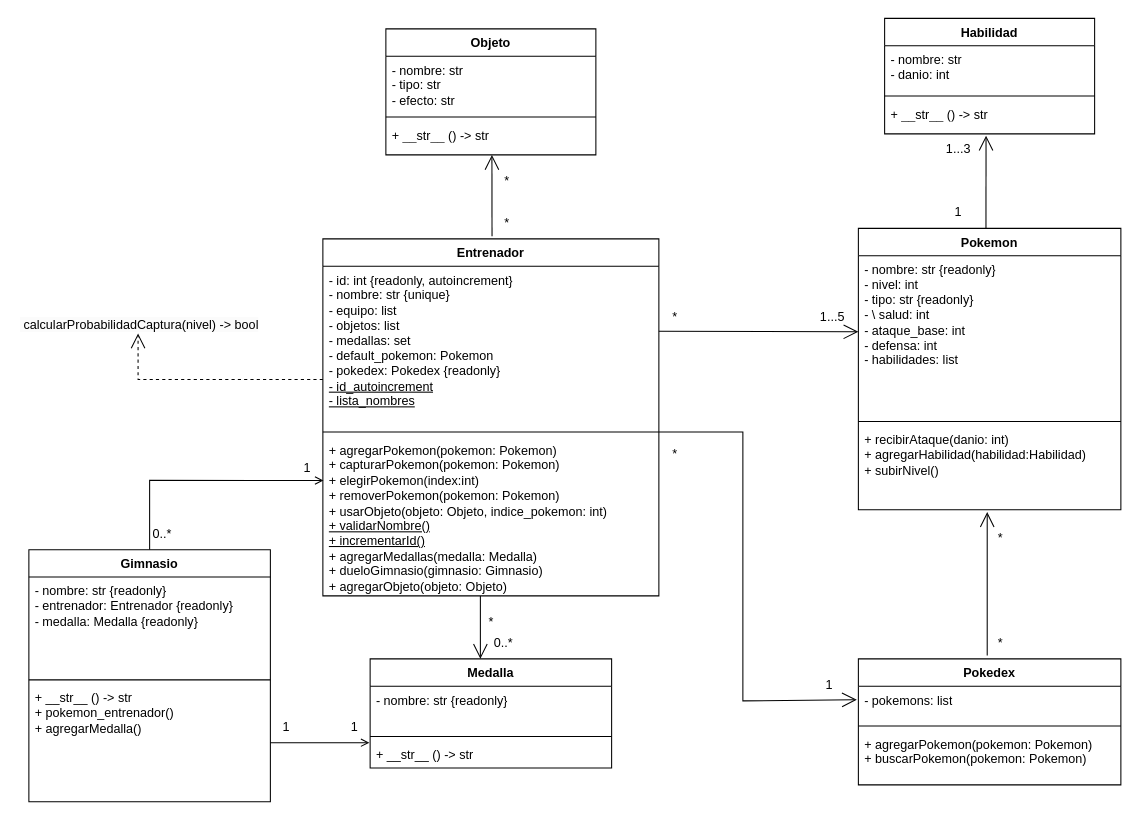
MarucoMass/tp-integrador-P2-Massonnat-Martin-Palena keeps this draw.io diagram as pokemon.drawio. Above is the earlier version. Source tidied: cells renumbered, new cells numbered last; positions are measured from the earlier drawing's top-left corner, leaving out a move shared by most shapes. Both pictures are drawn from the tidied source at 105%, with x=0, y=0 at pixel (18, 18).
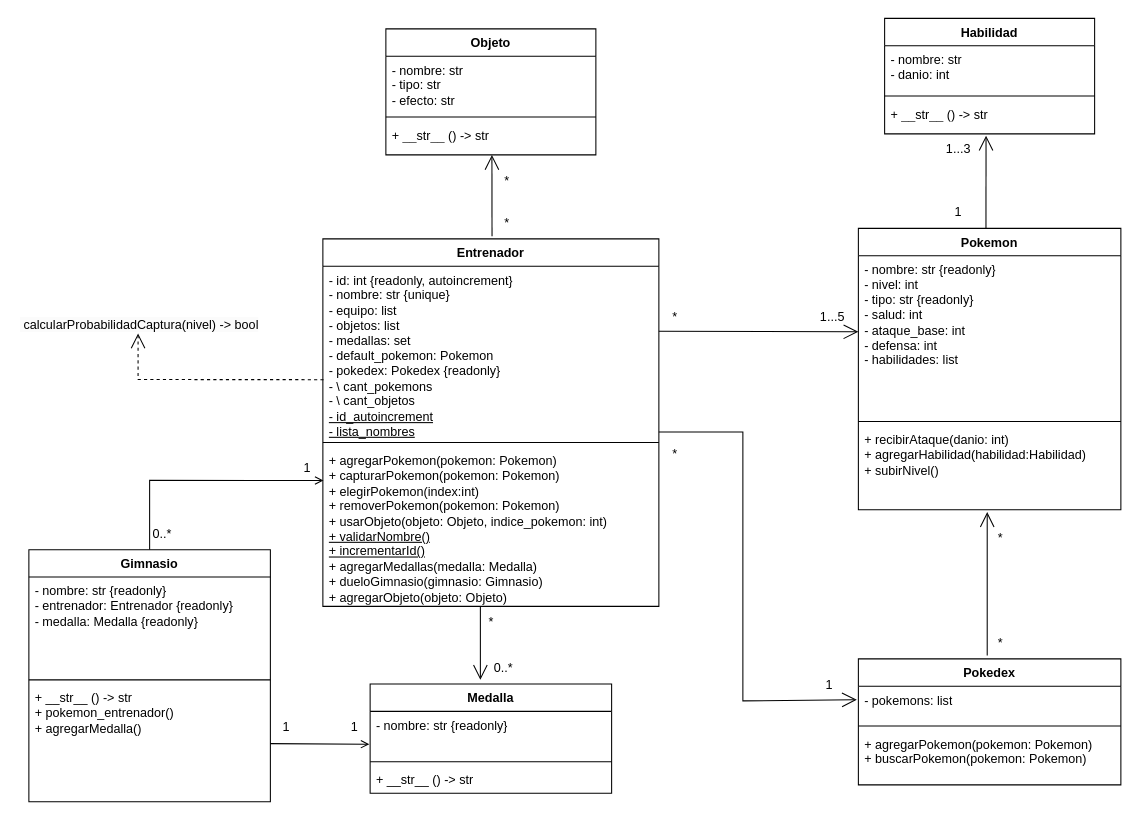
The same page after the edit.

Commit message (it also covers changes not shown here):
arreglo prababilidad de capturar y salud

The change refers to these unchanged cells:
```xml
<mxCell id="6" value="Pokemon" style="swimlane;fontStyle=1;align=center;verticalAlign=top;horizontal=1;startSize=26;whiteSpace=wrap;html=1;" parent="1" vertex="1">
  <mxGeometry x="800" y="200" width="250" height="268" as="geometry" />
</mxCell>
<mxCell id="21" value="+ __str__ () -&amp;gt; str" style="text;strokeColor=none;fillColor=none;align=left;verticalAlign=top;spacingLeft=4;spacingRight=4;overflow=hidden;points=[[0,0.5],[1,0.5]];portConstraint=eastwest;whiteSpace=wrap;html=1;" parent="18" vertex="1">
  <mxGeometry y="78" width="230" height="26" as="geometry" />
</mxCell>
<mxCell id="50" value="+ __str__ () -&amp;gt; str&lt;br&gt;+ pokemon_entrenador()&lt;br&gt;+ agregarMedalla()&lt;br&gt;" style="text;strokeColor=none;fillColor=none;align=left;verticalAlign=top;spacingLeft=4;spacingRight=4;overflow=hidden;points=[[0,0.5],[1,0.5]];portConstraint=eastwest;whiteSpace=wrap;html=1;" parent="47" vertex="1">
  <mxGeometry y="128" width="230" height="112" as="geometry" />
</mxCell>
<mxCell id="53" value="1" style="text;html=1;align=center;verticalAlign=middle;points=[];strokeColor=none;fillColor=none;" parent="1" vertex="1">
  <mxGeometry x="305" y="660" width="30" height="30" as="geometry" />
</mxCell>
```

What changed in the source:
```diff
@@
     <mxCell id="2" value="Entrenador" style="swimlane;fontStyle=1;align=center;verticalAlign=top;horizontal=1;startSize=26;whiteSpace=wrap;html=1;" parent="1" vertex="1">
-      <mxGeometry x="290" y="210" width="320" height="340" as="geometry" />
+      <mxGeometry x="290" y="210" width="320" height="350" as="geometry" />
     </mxCell>
-    <mxCell id="3" value="- id: int {readonly, autoincrement}&lt;div&gt;- nombre: str {unique}&lt;/div&gt;&lt;div&gt;- equipo: list&lt;/div&gt;&lt;div&gt;- objetos: list&lt;/div&gt;&lt;div&gt;- medallas: set&lt;/div&gt;&lt;div&gt;- default_pokemon: Pokemon&lt;/div&gt;&lt;div&gt;- pokedex: Pokedex {readonly}&lt;br&gt;&lt;div&gt;&lt;u&gt;- id_autoincrement&lt;/u&gt;&lt;/div&gt;&lt;/div&gt;&lt;div&gt;&lt;u&gt;- lista_nombres&lt;/u&gt;&lt;/div&gt;&lt;div&gt;&lt;u&gt;&lt;br&gt;&lt;/u&gt;&lt;/div&gt;" style="text;strokeColor=none;fillColor=none;align=left;verticalAlign=top;spacingLeft=4;spacingRight=4;overflow=hidden;points=[[0,0.5],[1,0.5]];portConstraint=eastwest;whiteSpace=wrap;html=1;" parent="2" vertex="1">
-      <mxGeometry y="26" width="320" height="154" as="geometry" />
+    <mxCell id="3" value="- id: int {readonly, autoincrement}&lt;div&gt;- nombre: str {unique}&lt;/div&gt;&lt;div&gt;- equipo: list&lt;/div&gt;&lt;div&gt;- objetos: list&lt;/div&gt;&lt;div&gt;- medallas: set&lt;/div&gt;&lt;div&gt;- default_pokemon: Pokemon&lt;/div&gt;&lt;div&gt;- pokedex: Pokedex {readonly}&lt;br&gt;&lt;div&gt;&lt;span style=&quot;background-color: initial;&quot;&gt;- \ cant_pokemons&lt;/span&gt;&lt;br&gt;&lt;/div&gt;&lt;/div&gt;&lt;div&gt;- \ cant_objetos&lt;/div&gt;&lt;div&gt;&lt;div&gt;&lt;u&gt;- id_autoincrement&lt;/u&gt;&lt;/div&gt;&lt;div&gt;&lt;u&gt;- lista_nombres&lt;/u&gt;&lt;/div&gt;&lt;/div&gt;&lt;div&gt;&lt;u&gt;&lt;br&gt;&lt;/u&gt;&lt;/div&gt;" style="text;strokeColor=none;fillColor=none;align=left;verticalAlign=top;spacingLeft=4;spacingRight=4;overflow=hidden;points=[[0,0.5],[1,0.5]];portConstraint=eastwest;whiteSpace=wrap;html=1;" parent="2" vertex="1">
+      <mxGeometry y="26" width="320" height="164" as="geometry" />
     </mxCell>
     <mxCell id="4" style="line;strokeWidth=1;fillColor=none;align=left;verticalAlign=middle;spacingTop=-1;spacingLeft=3;spacingRight=3;labelPosition=right;strokeColor=inherit;" parent="2" vertex="1">
-      <mxGeometry y="180" width="320" height="8" as="geometry" />
+      <mxGeometry y="190" width="320" height="8" as="geometry" />
     </mxCell>
     <mxCell id="5" value="+ agregarPokemon(pokemon: Pokemon)&lt;div&gt;+ capturarPokemon(pokemon: Pokemon)&lt;br&gt;&lt;div&gt;+ elegirPokemon(index:int)&lt;/div&gt;&lt;div&gt;+ removerPokemon(pokemon: Pokemon)&lt;/div&gt;&lt;div&gt;+ usarObjeto(objeto: Objeto, indice_pokemon: int)&lt;/div&gt;&lt;div&gt;&lt;u&gt;+ validarNombre()&lt;/u&gt;&lt;/div&gt;&lt;div&gt;&lt;u&gt;+ incrementarId()&lt;/u&gt;&lt;/div&gt;&lt;/div&gt;&lt;div&gt;+ agregarMedallas(medalla: Medalla)&lt;/div&gt;&lt;div&gt;+ dueloGimnasio(gimnasio: Gimnasio)&lt;/div&gt;&lt;div&gt;+ agregarObjeto(objeto: Objeto)&lt;/div&gt;" style="text;strokeColor=none;fillColor=none;align=left;verticalAlign=top;spacingLeft=4;spacingRight=4;overflow=hidden;whiteSpace=wrap;html=1;" parent="2" vertex="1">
-      <mxGeometry y="188" width="320" height="152" as="geometry" />
+      <mxGeometry y="198" width="320" height="152" as="geometry" />
     </mxCell>
@@
-    <mxCell id="7" value="- nombre: str {readonly}&lt;div&gt;- nivel: int&lt;/div&gt;&lt;div&gt;- tipo: str {readonly}&lt;/div&gt;&lt;div&gt;- \ salud: int&lt;/div&gt;&lt;div&gt;- ataque_base: int&lt;/div&gt;&lt;div&gt;- defensa: int&lt;/div&gt;&lt;div&gt;- habilidades: list&lt;/div&gt;&lt;div&gt;&lt;br&gt;&lt;/div&gt;" style="text;strokeColor=none;fillColor=none;align=left;verticalAlign=top;spacingLeft=4;spacingRight=4;overflow=hidden;points=[[0,0.5],[1,0.5]];portConstraint=eastwest;whiteSpace=wrap;html=1;" parent="6" vertex="1">
+    <mxCell id="7" value="- nombre: str {readonly}&lt;div&gt;- nivel: int&lt;/div&gt;&lt;div&gt;- tipo: str {readonly}&lt;/div&gt;&lt;div&gt;- salud: int&lt;/div&gt;&lt;div&gt;- ataque_base: int&lt;/div&gt;&lt;div&gt;- defensa: int&lt;/div&gt;&lt;div&gt;- habilidades: list&lt;/div&gt;&lt;div&gt;&lt;br&gt;&lt;/div&gt;" style="text;strokeColor=none;fillColor=none;align=left;verticalAlign=top;spacingLeft=4;spacingRight=4;overflow=hidden;points=[[0,0.5],[1,0.5]];portConstraint=eastwest;whiteSpace=wrap;html=1;" parent="6" vertex="1">
       <mxGeometry y="26" width="250" height="154" as="geometry" />
     </mxCell>
@@
     <mxCell id="18" value="Medalla" style="swimlane;fontStyle=1;align=center;verticalAlign=top;horizontal=1;startSize=26;whiteSpace=wrap;html=1;" parent="1" vertex="1">
-      <mxGeometry x="335" y="610" width="230" height="104" as="geometry" />
+      <mxGeometry x="335" y="634" width="230" height="104" as="geometry" />
     </mxCell>
@@
     <mxCell id="32" value="&amp;nbsp;0..*" style="text;html=1;align=center;verticalAlign=middle;strokeColor=none;fillColor=none;" parent="1" vertex="1">
-      <mxGeometry x="440" y="580" width="40" height="30" as="geometry" />
+      <mxGeometry x="440" y="604" width="40" height="30" as="geometry" />
     </mxCell>
@@
     <mxCell id="34" style="endArrow=open;endFill=0;endSize=12;html=1;rounded=0;" parent="1" edge="1">
       <mxGeometry relative="1" as="geometry">
-        <mxPoint x="440" y="550" as="sourcePoint" />
-        <mxPoint x="440" y="610" as="targetPoint" />
+        <mxPoint x="440" y="560" as="sourcePoint" />
+        <mxPoint x="440" y="630" as="targetPoint" />
+        <Array as="points">
+          <mxPoint x="440" y="580" />
+        </Array>
       </mxGeometry>
     </mxCell>
@@
-    <mxCell id="44" style="endArrow=open;endSize=12;dashed=1;html=1;rounded=0;exitX=0;exitY=0.701;exitDx=0;exitDy=0;exitPerimeter=0;" parent="1" edge="1" source="3">
+    <mxCell id="44" style="endArrow=open;endSize=12;dashed=1;html=1;rounded=0;exitX=0.002;exitY=0.659;exitDx=0;exitDy=0;exitPerimeter=0;" parent="1" edge="1" source="3">
       <mxGeometry relative="1" as="geometry">
         <mxPoint x="114" y="300" as="targetPoint" />
         <Array as="points">
           <mxPoint x="114" y="344" />
         </Array>
       </mxGeometry>
     </mxCell>
@@
-    <mxCell id="52" style="edgeStyle=none;html=1;entryX=-0.003;entryY=0.07;entryDx=0;entryDy=0;entryPerimeter=0;endArrow=open;endFill=0;" parent="1" edge="1" source="50" target="21">
+    <mxCell id="52" style="edgeStyle=none;html=1;entryX=0.975;entryY=1.044;entryDx=0;entryDy=0;entryPerimeter=0;endArrow=open;endFill=0;" parent="1" edge="1" source="50" target="53">
       <mxGeometry relative="1" as="geometry" />
     </mxCell>
```
